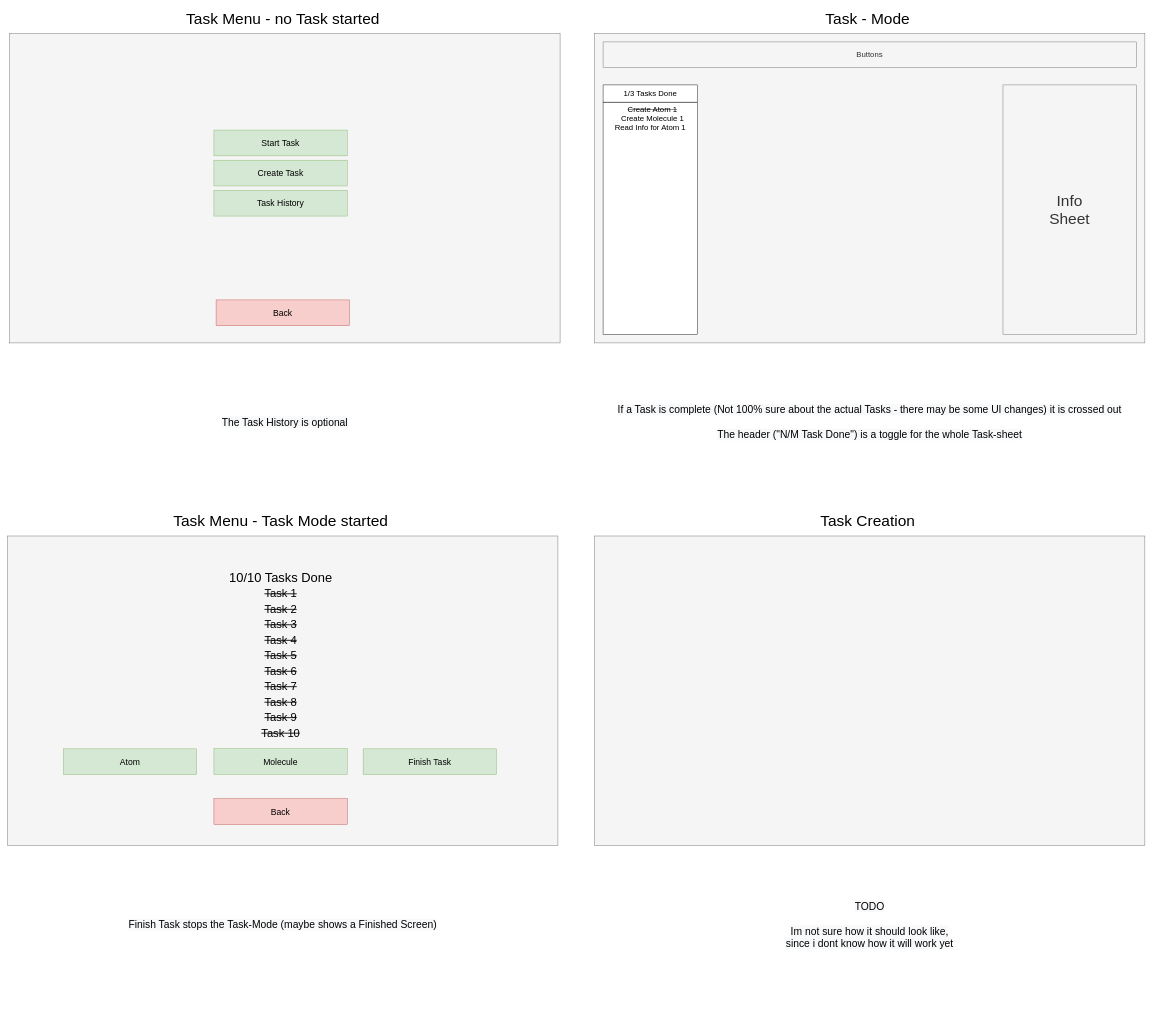
Above: page "Task-Mode" (4 of 4) of Planning/UX.drawio in KH241/Krypton (draw.io), before the change. Source tidied: cells renumbered, new cells numbered last; positions are measured from the earlier drawing's top-left corner, leaving out a move shared by most shapes. Both pictures are drawn from the tidied source at 43%, with x=0, y=0 at pixel (7, 7).
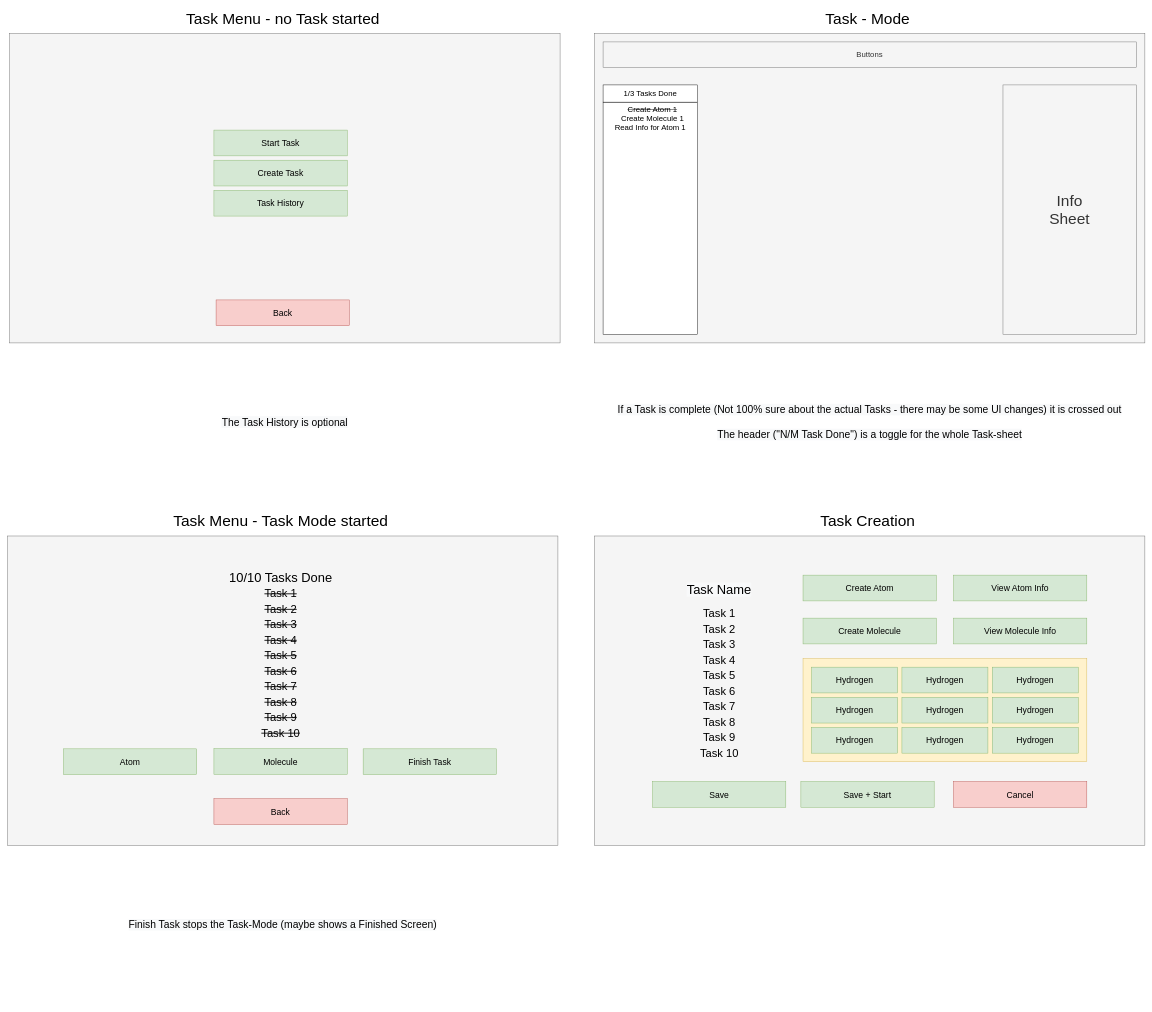
After the change.

Commit message (it also covers changes not shown here):
started working on the create Task / implemented taskmode for molecules

The edit, as a diff of the source:
```diff
@@
-    <mxCell id="24" value="&lt;span style=&quot;color: rgb(0 , 0 , 0) ; font-family: &amp;#34;helvetica&amp;#34; ; font-size: 24px ; font-style: normal ; font-weight: 400 ; letter-spacing: normal ; text-indent: 0px ; text-transform: none ; word-spacing: 0px ; background-color: rgb(248 , 249 , 250) ; display: inline ; float: none&quot;&gt;TODO&lt;br&gt;&lt;br&gt;Im not sure how it should look like, &lt;br&gt;since i dont know how it will work yet&lt;br style=&quot;font-size: 24px&quot;&gt;&lt;/span&gt;" style="text;whiteSpace=wrap;html=1;fontSize=24;align=center;verticalAlign=middle;" parent="1" vertex="1">
+    <mxCell id="24" value="&lt;span style=&quot;color: rgb(0 , 0 , 0) ; font-family: &amp;#34;helvetica&amp;#34; ; font-size: 24px ; font-style: normal ; font-weight: 400 ; letter-spacing: normal ; text-indent: 0px ; text-transform: none ; word-spacing: 0px ; background-color: rgb(248 , 249 , 250) ; display: inline ; float: none&quot;&gt;&lt;br style=&quot;font-size: 24px&quot;&gt;&lt;/span&gt;" style="text;whiteSpace=wrap;html=1;fontSize=24;align=center;verticalAlign=middle;" parent="1" vertex="1">
       <mxGeometry x="1365" y="1949" width="1280" height="370" as="geometry" />
     </mxCell>
@@
+    <mxCell id="27" value="Cancel" style="rounded=0;whiteSpace=wrap;html=1;fontSize=20;fillColor=#f8cecc;strokeColor=#b85450;" parent="1" vertex="1">
+      <mxGeometry x="2200" y="1800" width="310" height="60" as="geometry" />
+    </mxCell>
+    <mxCell id="28" value="Save" style="rounded=0;whiteSpace=wrap;html=1;fontSize=20;fillColor=#d5e8d4;strokeColor=#82b366;" parent="1" vertex="1">
+      <mxGeometry x="1500" y="1800" width="310" height="60" as="geometry" />
+    </mxCell>
+    <mxCell id="29" value="Save + Start" style="rounded=0;whiteSpace=wrap;html=1;fontSize=20;fillColor=#d5e8d4;strokeColor=#82b366;" parent="1" vertex="1">
+      <mxGeometry x="1845" y="1800" width="310" height="60" as="geometry" />
+    </mxCell>
+    <mxCell id="30" value="&lt;font style=&quot;font-size: 26px&quot;&gt;&lt;font style=&quot;font-size: 26px&quot;&gt;Task 1&lt;br&gt;&lt;/font&gt;Task 2&lt;br&gt;Task 3&lt;br&gt;Task 4&lt;br&gt;Task 5&lt;br&gt;Task 6&lt;br&gt;Task 7&lt;br&gt;Task 8&lt;br&gt;Task 9&lt;br&gt;Task 10&lt;/font&gt;" style="text;html=1;align=center;verticalAlign=middle;strokeColor=none;fontSize=30;" parent="1" vertex="1">
+      <mxGeometry x="1600" y="1380" width="110" height="380" as="geometry" />
+    </mxCell>
+    <mxCell id="31" value="Create Atom" style="rounded=0;whiteSpace=wrap;html=1;fontSize=20;fillColor=#d5e8d4;strokeColor=#82b366;" parent="1" vertex="1">
+      <mxGeometry x="1850" y="1320" width="310" height="60" as="geometry" />
+    </mxCell>
+    <mxCell id="32" value="View Molecule Info" style="rounded=0;whiteSpace=wrap;html=1;fontSize=20;fillColor=#d5e8d4;strokeColor=#82b366;" parent="1" vertex="1">
+      <mxGeometry x="2200" y="1420" width="310" height="60" as="geometry" />
+    </mxCell>
+    <mxCell id="33" value="Create Molecule" style="rounded=0;whiteSpace=wrap;html=1;fontSize=20;fillColor=#d5e8d4;strokeColor=#82b366;" parent="1" vertex="1">
+      <mxGeometry x="1850" y="1420" width="310" height="60" as="geometry" />
+    </mxCell>
+    <mxCell id="34" value="View Atom Info" style="rounded=0;whiteSpace=wrap;html=1;fontSize=20;fillColor=#d5e8d4;strokeColor=#82b366;" parent="1" vertex="1">
+      <mxGeometry x="2200" y="1320" width="310" height="60" as="geometry" />
+    </mxCell>
+    <mxCell id="35" value="&lt;font style=&quot;color: rgb(0, 0, 0); font-family: helvetica; font-style: normal; font-weight: 400; letter-spacing: normal; text-indent: 0px; text-transform: none; word-spacing: 0px; background-color: rgb(248, 249, 250); font-size: 30px;&quot;&gt;Task Name&lt;/font&gt;&lt;br style=&quot;color: rgb(0, 0, 0); font-family: helvetica; font-style: normal; font-weight: 400; letter-spacing: normal; text-indent: 0px; text-transform: none; word-spacing: 0px; background-color: rgb(248, 249, 250); font-size: 30px;&quot;&gt;" style="text;whiteSpace=wrap;html=1;align=center;" parent="1" vertex="1">
+      <mxGeometry x="1565" y="1330" width="180" height="40" as="geometry" />
+    </mxCell>
+    <mxCell id="36" style="rounded=0;whiteSpace=wrap;html=1;fontSize=20;fillColor=#fff2cc;strokeColor=#d6b656;" parent="1" vertex="1">
+      <mxGeometry x="1850" y="1514" width="660" height="240" as="geometry" />
+    </mxCell>
+    <mxCell id="37" value="Hydrogen" style="rounded=0;whiteSpace=wrap;html=1;fontSize=20;fillColor=#d5e8d4;strokeColor=#82b366;" parent="1" vertex="1">
+      <mxGeometry x="1870" y="1534" width="200" height="60" as="geometry" />
+    </mxCell>
+    <mxCell id="38" value="Hydrogen" style="rounded=0;whiteSpace=wrap;html=1;fontSize=20;fillColor=#d5e8d4;strokeColor=#82b366;" parent="1" vertex="1">
+      <mxGeometry x="2080" y="1534" width="200" height="60" as="geometry" />
+    </mxCell>
+    <mxCell id="39" value="Hydrogen" style="rounded=0;whiteSpace=wrap;html=1;fontSize=20;fillColor=#d5e8d4;strokeColor=#82b366;" parent="1" vertex="1">
+      <mxGeometry x="2290" y="1534" width="200" height="60" as="geometry" />
+    </mxCell>
+    <mxCell id="40" value="Hydrogen" style="rounded=0;whiteSpace=wrap;html=1;fontSize=20;fillColor=#d5e8d4;strokeColor=#82b366;" parent="1" vertex="1">
+      <mxGeometry x="1870" y="1604" width="200" height="60" as="geometry" />
+    </mxCell>
+    <mxCell id="41" value="Hydrogen" style="rounded=0;whiteSpace=wrap;html=1;fontSize=20;fillColor=#d5e8d4;strokeColor=#82b366;" parent="1" vertex="1">
+      <mxGeometry x="2080" y="1604" width="200" height="60" as="geometry" />
+    </mxCell>
+    <mxCell id="42" value="Hydrogen" style="rounded=0;whiteSpace=wrap;html=1;fontSize=20;fillColor=#d5e8d4;strokeColor=#82b366;" parent="1" vertex="1">
+      <mxGeometry x="2290" y="1604" width="200" height="60" as="geometry" />
+    </mxCell>
+    <mxCell id="43" value="Hydrogen" style="rounded=0;whiteSpace=wrap;html=1;fontSize=20;fillColor=#d5e8d4;strokeColor=#82b366;" parent="1" vertex="1">
+      <mxGeometry x="1870" y="1674" width="200" height="60" as="geometry" />
+    </mxCell>
+    <mxCell id="44" value="Hydrogen" style="rounded=0;whiteSpace=wrap;html=1;fontSize=20;fillColor=#d5e8d4;strokeColor=#82b366;" parent="1" vertex="1">
+      <mxGeometry x="2080" y="1674" width="200" height="60" as="geometry" />
+    </mxCell>
+    <mxCell id="45" value="Hydrogen" style="rounded=0;whiteSpace=wrap;html=1;fontSize=20;fillColor=#d5e8d4;strokeColor=#82b366;" parent="1" vertex="1">
+      <mxGeometry x="2290" y="1674" width="200" height="60" as="geometry" />
+    </mxCell>
```
